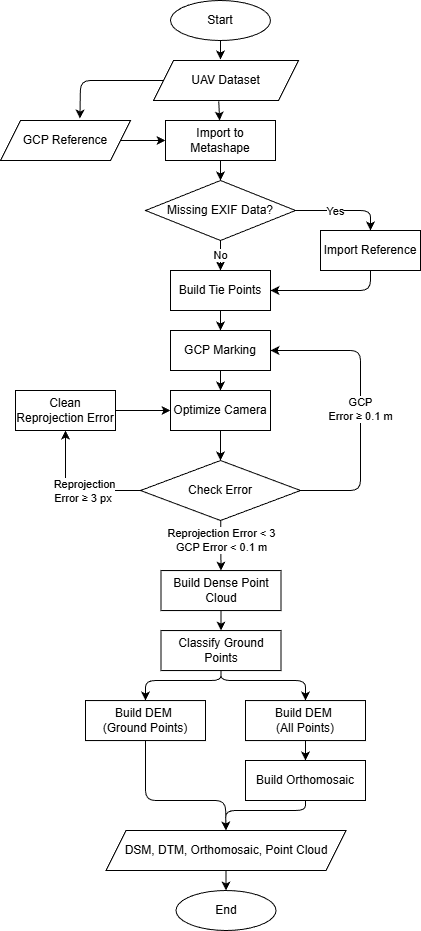
Earlier version of the draw.io export Projects/flowchart/photogrammetry.png (hicsuntdracone/Portfolio). Source tidied: cells renumbered, new cells last; positions are measured from the earlier drawing's top-left corner, leaving out a move shared by most shapes. Source of this version:
```xml
<mxGraphModel background="#ffffff">
  <root>
    <mxCell id="0" />
    <mxCell id="1" parent="0" />
    <mxCell id="2" style="edgeStyle=none;html=1;exitX=0.45;exitY=1.017;exitDx=0;exitDy=0;exitPerimeter=0;" parent="1" edge="1" source="25" target="5">
      <mxGeometry relative="1" as="geometry" />
    </mxCell>
    <mxCell id="3" style="edgeStyle=none;html=1;exitX=0;exitY=0.5;exitDx=0;exitDy=0;entryX=0.611;entryY=-0.05;entryDx=0;entryDy=0;entryPerimeter=0;" parent="1" edge="1" source="25" target="26">
      <mxGeometry relative="1" as="geometry">
        <Array as="points">
          <mxPoint x="80" y="80" />
        </Array>
      </mxGeometry>
    </mxCell>
    <mxCell id="4" style="edgeStyle=none;html=1;" parent="1" edge="1" source="5" target="10">
      <mxGeometry relative="1" as="geometry" />
    </mxCell>
    <mxCell id="5" value="Import to Metashape" style="whiteSpace=wrap;html=1;fillColor=none;" parent="1" vertex="1">
      <mxGeometry x="165" y="120" width="110" height="40" as="geometry" />
    </mxCell>
    <mxCell id="6" style="edgeStyle=none;html=1;entryX=0.5;entryY=0;entryDx=0;entryDy=0;" parent="1" edge="1" source="10" target="15">
      <mxGeometry relative="1" as="geometry" />
    </mxCell>
    <mxCell id="7" value="No" style="edgeLabel;html=1;align=center;verticalAlign=middle;" parent="6" vertex="1">
      <mxGeometry x="-0.1" y="-1" relative="1" as="geometry" />
    </mxCell>
    <mxCell id="8" style="edgeStyle=none;html=1;" parent="1" edge="1" source="10" target="13">
      <mxGeometry relative="1" as="geometry">
        <Array as="points">
          <mxPoint x="370" y="210" />
        </Array>
      </mxGeometry>
    </mxCell>
    <mxCell id="9" value="Yes" style="edgeLabel;html=1;align=center;verticalAlign=middle;" parent="8" vertex="1">
      <mxGeometry x="-0.19" relative="1" as="geometry" />
    </mxCell>
    <mxCell id="10" value="Missing EXIF Data?" style="rhombus;whiteSpace=wrap;html=1;fillColor=none;" parent="1" vertex="1">
      <mxGeometry x="145" y="180" width="150" height="60" as="geometry" />
    </mxCell>
    <mxCell id="11" style="edgeStyle=none;html=1;exitX=1;exitY=0.5;exitDx=0;exitDy=0;" parent="1" edge="1" source="26" target="5">
      <mxGeometry relative="1" as="geometry" />
    </mxCell>
    <mxCell id="12" style="edgeStyle=none;html=1;entryX=1;entryY=0.5;entryDx=0;entryDy=0;" parent="1" edge="1" source="13" target="15">
      <mxGeometry relative="1" as="geometry">
        <Array as="points">
          <mxPoint x="370" y="290" />
        </Array>
      </mxGeometry>
    </mxCell>
    <mxCell id="13" value="Import Reference" style="whiteSpace=wrap;html=1;fillColor=none;" parent="1" vertex="1">
      <mxGeometry x="320" y="230" width="100" height="40" as="geometry" />
    </mxCell>
    <mxCell id="14" style="edgeStyle=none;html=1;" parent="1" edge="1" source="15" target="42">
      <mxGeometry relative="1" as="geometry" />
    </mxCell>
    <mxCell id="15" value="Build Tie Points" style="whiteSpace=wrap;html=1;fillColor=none;" parent="1" vertex="1">
      <mxGeometry x="170" y="270" width="100" height="40" as="geometry" />
    </mxCell>
    <mxCell id="16" style="edgeStyle=none;html=1;" parent="1" edge="1" source="17" target="20">
      <mxGeometry relative="1" as="geometry" />
    </mxCell>
    <mxCell id="17" value="Build Dense Point Cloud" style="whiteSpace=wrap;html=1;fillColor=none;" parent="1" vertex="1">
      <mxGeometry x="160.5" y="570.1" width="120" height="40" as="geometry" />
    </mxCell>
    <mxCell id="18" style="edgeStyle=none;html=1;entryX=0.5;entryY=0;entryDx=0;entryDy=0;" parent="1" edge="1" source="20" target="22">
      <mxGeometry relative="1" as="geometry">
        <Array as="points">
          <mxPoint x="220.5" y="680.1" />
          <mxPoint x="305" y="680" />
        </Array>
      </mxGeometry>
    </mxCell>
    <mxCell id="19" style="edgeStyle=none;html=1;entryX=0.5;entryY=0;entryDx=0;entryDy=0;" parent="1" edge="1" source="20" target="24">
      <mxGeometry relative="1" as="geometry">
        <Array as="points">
          <mxPoint x="220.5" y="680.1" />
          <mxPoint x="145" y="680" />
        </Array>
      </mxGeometry>
    </mxCell>
    <mxCell id="20" value="Classify Ground Points" style="whiteSpace=wrap;html=1;fillColor=none;" parent="1" vertex="1">
      <mxGeometry x="160.5" y="630.1" width="120" height="40" as="geometry" />
    </mxCell>
    <mxCell id="21" style="edgeStyle=none;html=1;" parent="1" edge="1" source="22" target="46">
      <mxGeometry relative="1" as="geometry" />
    </mxCell>
    <mxCell id="22" value="Build DEM&amp;nbsp;&lt;div&gt;(All Points)&lt;/div&gt;" style="whiteSpace=wrap;html=1;fillColor=none;" parent="1" vertex="1">
      <mxGeometry x="245" y="700.1" width="120" height="40" as="geometry" />
    </mxCell>
    <mxCell id="23" style="edgeStyle=none;html=1;entryX=0.5;entryY=0;entryDx=0;entryDy=0;" parent="1" edge="1" source="24" target="39">
      <mxGeometry relative="1" as="geometry">
        <Array as="points">
          <mxPoint x="145" y="800" />
          <mxPoint x="225" y="800" />
        </Array>
      </mxGeometry>
    </mxCell>
    <mxCell id="24" value="Build DEM&amp;nbsp;&lt;div&gt;(Ground Points)&lt;/div&gt;" style="rounded=0;whiteSpace=wrap;html=1;fillColor=none;" parent="1" vertex="1">
      <mxGeometry x="85" y="700.1" width="120" height="40" as="geometry" />
    </mxCell>
    <mxCell id="25" value="UAV Dataset" style="shape=parallelogram;perimeter=parallelogramPerimeter;whiteSpace=wrap;html=1;fixedSize=1;fillColor=none;" parent="1" vertex="1">
      <mxGeometry x="153" y="60" width="145" height="40" as="geometry" />
    </mxCell>
    <mxCell id="26" value="GCP Reference" style="shape=parallelogram;perimeter=parallelogramPerimeter;whiteSpace=wrap;html=1;fixedSize=1;fillColor=none;" parent="1" vertex="1">
      <mxGeometry y="120" width="130" height="40" as="geometry" />
    </mxCell>
    <mxCell id="27" value="Start" style="ellipse;whiteSpace=wrap;html=1;fillColor=none;" parent="1" vertex="1">
      <mxGeometry x="170" width="100" height="40" as="geometry" />
    </mxCell>
    <mxCell id="28" style="edgeStyle=none;html=1;entryX=0.462;entryY=-0.025;entryDx=0;entryDy=0;entryPerimeter=0;" parent="1" edge="1" source="27" target="25">
      <mxGeometry relative="1" as="geometry" />
    </mxCell>
    <mxCell id="29" style="edgeStyle=none;html=1;entryX=0;entryY=0.5;entryDx=0;entryDy=0;" parent="1" edge="1" source="30" target="44">
      <mxGeometry relative="1" as="geometry" />
    </mxCell>
    <mxCell id="30" value="Clean Reprojection Error" style="rounded=0;whiteSpace=wrap;html=1;fillColor=none;" parent="1" vertex="1">
      <mxGeometry x="15" y="390" width="100" height="40" as="geometry" />
    </mxCell>
    <mxCell id="31" style="edgeStyle=none;html=1;entryX=1;entryY=0.5;entryDx=0;entryDy=0;" parent="1" edge="1" source="37" target="42">
      <mxGeometry relative="1" as="geometry">
        <Array as="points">
          <mxPoint x="360" y="490" />
          <mxPoint x="360" y="350" />
        </Array>
      </mxGeometry>
    </mxCell>
    <mxCell id="32" value="GCP&lt;div&gt;Error&amp;nbsp;≥ 0.1 m&lt;/div&gt;" style="edgeLabel;html=1;align=center;verticalAlign=middle;" parent="31" vertex="1">
      <mxGeometry x="-0.02" y="1" relative="1" as="geometry" />
    </mxCell>
    <mxCell id="33" style="edgeStyle=none;html=1;entryX=0.5;entryY=0;entryDx=0;entryDy=0;" parent="1" edge="1" source="37" target="17">
      <mxGeometry relative="1" as="geometry" />
    </mxCell>
    <mxCell id="34" value="Reprojection Error &amp;lt; 3&lt;div&gt;GCP Error &amp;lt; 0.1 m&lt;/div&gt;" style="edgeLabel;html=1;align=center;verticalAlign=middle;" parent="33" vertex="1">
      <mxGeometry x="-0.4" y="-1" relative="1" as="geometry">
        <mxPoint x="1" y="5" as="offset" />
      </mxGeometry>
    </mxCell>
    <mxCell id="35" style="edgeStyle=none;html=1;entryX=0.5;entryY=1;entryDx=0;entryDy=0;" parent="1" edge="1" source="37" target="30">
      <mxGeometry relative="1" as="geometry">
        <Array as="points">
          <mxPoint x="65" y="490" />
        </Array>
      </mxGeometry>
    </mxCell>
    <mxCell id="36" value="Reprojection&lt;div&gt;Error&amp;nbsp;≥ 3 px&amp;nbsp;&lt;/div&gt;" style="edgeLabel;html=1;align=center;verticalAlign=middle;" parent="35" vertex="1">
      <mxGeometry x="-0.16" relative="1" as="geometry" />
    </mxCell>
    <mxCell id="37" value="Check Error" style="rhombus;whiteSpace=wrap;html=1;fillColor=none;" parent="1" vertex="1">
      <mxGeometry x="140" y="460" width="160" height="60" as="geometry" />
    </mxCell>
    <mxCell id="38" style="edgeStyle=none;html=1;" parent="1" edge="1" source="39" target="40">
      <mxGeometry relative="1" as="geometry" />
    </mxCell>
    <mxCell id="39" value="DSM, DTM, Orthomosaic, Point Cloud" style="shape=parallelogram;perimeter=parallelogramPerimeter;whiteSpace=wrap;html=1;fixedSize=1;rounded=0;fillColor=none;" parent="1" vertex="1">
      <mxGeometry x="105.5" y="830" width="240" height="40" as="geometry" />
    </mxCell>
    <mxCell id="40" value="End" style="ellipse;whiteSpace=wrap;html=1;fillColor=none;" parent="1" vertex="1">
      <mxGeometry x="175.5" y="890" width="100" height="40" as="geometry" />
    </mxCell>
    <mxCell id="41" style="edgeStyle=none;html=1;" parent="1" edge="1" source="42" target="44">
      <mxGeometry relative="1" as="geometry" />
    </mxCell>
    <mxCell id="42" value="GCP Marking" style="whiteSpace=wrap;html=1;fillColor=none;" parent="1" vertex="1">
      <mxGeometry x="170" y="330" width="100" height="40" as="geometry" />
    </mxCell>
    <mxCell id="43" style="edgeStyle=none;html=1;" parent="1" edge="1" source="44" target="37">
      <mxGeometry relative="1" as="geometry" />
    </mxCell>
    <mxCell id="44" value="Optimize Camera" style="whiteSpace=wrap;html=1;fillColor=none;" parent="1" vertex="1">
      <mxGeometry x="170" y="390" width="100" height="40" as="geometry" />
    </mxCell>
    <mxCell id="45" style="edgeStyle=none;html=1;entryX=0.5;entryY=0;entryDx=0;entryDy=0;" parent="1" edge="1" source="46" target="39">
      <mxGeometry relative="1" as="geometry">
        <Array as="points">
          <mxPoint x="305" y="810" />
          <mxPoint x="225" y="810" />
        </Array>
      </mxGeometry>
    </mxCell>
    <mxCell id="46" value="Build Orthomosaic" style="whiteSpace=wrap;html=1;fillColor=none;" parent="1" vertex="1">
      <mxGeometry x="245" y="760" width="120" height="40" as="geometry" />
    </mxCell>
  </root>
</mxGraphModel>
```
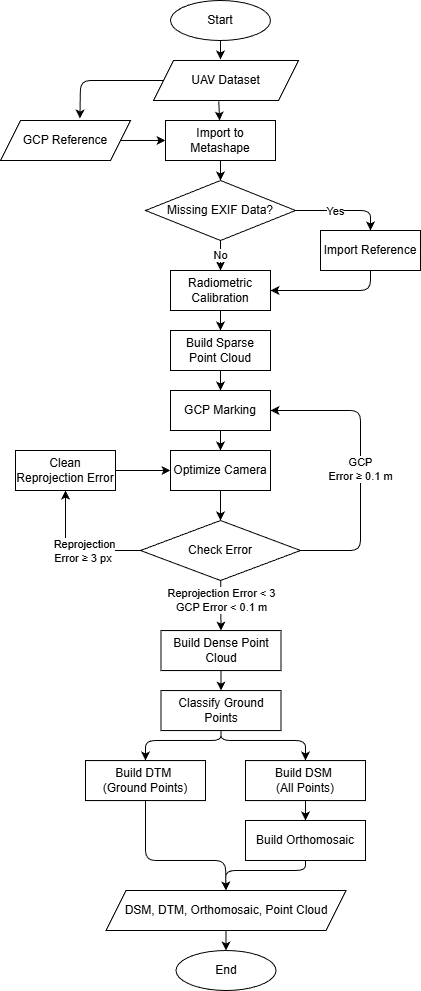
Later version of the same file.

The edit, as a diff of the source:
```diff
@@ -8,7 +8,7 @@
     <mxCell id="3" style="edgeStyle=none;html=1;exitX=0;exitY=0.5;exitDx=0;exitDy=0;entryX=0.611;entryY=-0.05;entryDx=0;entryDy=0;entryPerimeter=0;" parent="1" edge="1" source="25" target="26">
       <mxGeometry relative="1" as="geometry">
         <Array as="points">
-          <mxPoint x="80" y="80" />
+          <mxPoint x="80" y="20" />
         </Array>
       </mxGeometry>
     </mxCell>
@@ -16,7 +16,7 @@
       <mxGeometry relative="1" as="geometry" />
     </mxCell>
     <mxCell id="5" value="Import to Metashape" style="whiteSpace=wrap;html=1;fillColor=none;" parent="1" vertex="1">
-      <mxGeometry x="165" y="120" width="110" height="40" as="geometry" />
+      <mxGeometry x="165" y="60" width="110" height="40" as="geometry" />
     </mxCell>
     <mxCell id="6" style="edgeStyle=none;html=1;entryX=0.5;entryY=0;entryDx=0;entryDy=0;" parent="1" edge="1" source="10" target="15">
       <mxGeometry relative="1" as="geometry" />
@@ -27,7 +27,7 @@
     <mxCell id="8" style="edgeStyle=none;html=1;" parent="1" edge="1" source="10" target="13">
       <mxGeometry relative="1" as="geometry">
         <Array as="points">
-          <mxPoint x="370" y="210" />
+          <mxPoint x="370" y="150" />
         </Array>
       </mxGeometry>
     </mxCell>
@@ -35,7 +35,7 @@
       <mxGeometry x="-0.19" relative="1" as="geometry" />
     </mxCell>
     <mxCell id="10" value="Missing EXIF Data?" style="rhombus;whiteSpace=wrap;html=1;fillColor=none;" parent="1" vertex="1">
-      <mxGeometry x="145" y="180" width="150" height="60" as="geometry" />
+      <mxGeometry x="145" y="120" width="150" height="60" as="geometry" />
     </mxCell>
     <mxCell id="11" style="edgeStyle=none;html=1;exitX=1;exitY=0.5;exitDx=0;exitDy=0;" parent="1" edge="1" source="26" target="5">
       <mxGeometry relative="1" as="geometry" />
@@ -43,18 +43,18 @@
     <mxCell id="12" style="edgeStyle=none;html=1;entryX=1;entryY=0.5;entryDx=0;entryDy=0;" parent="1" edge="1" source="13" target="15">
       <mxGeometry relative="1" as="geometry">
         <Array as="points">
-          <mxPoint x="370" y="290" />
+          <mxPoint x="370" y="230" />
         </Array>
       </mxGeometry>
     </mxCell>
     <mxCell id="13" value="Import Reference" style="whiteSpace=wrap;html=1;fillColor=none;" parent="1" vertex="1">
-      <mxGeometry x="320" y="230" width="100" height="40" as="geometry" />
+      <mxGeometry x="320" y="170" width="100" height="40" as="geometry" />
     </mxCell>
-    <mxCell id="14" style="edgeStyle=none;html=1;" parent="1" edge="1" source="15" target="42">
-      <mxGeometry relative="1" as="geometry" />
-    </mxCell>
+    <mxCell id="47" style="edgeStyle=none;html=1;" parent="1" edge="1" source="15" target="49">
+      <mxGeometry relative="1" as="geometry" />
+    </mxCell>
-    <mxCell id="15" value="Build Tie Points" style="whiteSpace=wrap;html=1;fillColor=none;" parent="1" vertex="1">
-      <mxGeometry x="170" y="270" width="100" height="40" as="geometry" />
+    <mxCell id="15" value="Radiometric Calibration" style="whiteSpace=wrap;html=1;fillColor=none;" parent="1" vertex="1">
+      <mxGeometry x="170" y="210" width="100" height="40" as="geometry" />
     </mxCell>
     <mxCell id="16" style="edgeStyle=none;html=1;" parent="1" edge="1" source="17" target="20">
       <mxGeometry relative="1" as="geometry" />
@@ -84,7 +84,7 @@
     <mxCell id="21" style="edgeStyle=none;html=1;" parent="1" edge="1" source="22" target="46">
       <mxGeometry relative="1" as="geometry" />
     </mxCell>
-    <mxCell id="22" value="Build DEM&amp;nbsp;&lt;div&gt;(All Points)&lt;/div&gt;" style="whiteSpace=wrap;html=1;fillColor=none;" parent="1" vertex="1">
+    <mxCell id="22" value="Build DSM&amp;nbsp;&lt;div&gt;(All Points)&lt;/div&gt;" style="whiteSpace=wrap;html=1;fillColor=none;" parent="1" vertex="1">
       <mxGeometry x="245" y="700.1" width="120" height="40" as="geometry" />
     </mxCell>
     <mxCell id="23" style="edgeStyle=none;html=1;entryX=0.5;entryY=0;entryDx=0;entryDy=0;" parent="1" edge="1" source="24" target="39">
@@ -95,17 +95,17 @@
         </Array>
       </mxGeometry>
     </mxCell>
-    <mxCell id="24" value="Build DEM&amp;nbsp;&lt;div&gt;(Ground Points)&lt;/div&gt;" style="rounded=0;whiteSpace=wrap;html=1;fillColor=none;" parent="1" vertex="1">
+    <mxCell id="24" value="Build DTM&amp;nbsp;&lt;div&gt;(Ground Points)&lt;/div&gt;" style="rounded=0;whiteSpace=wrap;html=1;fillColor=none;" parent="1" vertex="1">
       <mxGeometry x="85" y="700.1" width="120" height="40" as="geometry" />
     </mxCell>
     <mxCell id="25" value="UAV Dataset" style="shape=parallelogram;perimeter=parallelogramPerimeter;whiteSpace=wrap;html=1;fixedSize=1;fillColor=none;" parent="1" vertex="1">
-      <mxGeometry x="153" y="60" width="145" height="40" as="geometry" />
+      <mxGeometry x="153" width="145" height="40" as="geometry" />
     </mxCell>
     <mxCell id="26" value="GCP Reference" style="shape=parallelogram;perimeter=parallelogramPerimeter;whiteSpace=wrap;html=1;fixedSize=1;fillColor=none;" parent="1" vertex="1">
-      <mxGeometry y="120" width="130" height="40" as="geometry" />
+      <mxGeometry y="60" width="130" height="40" as="geometry" />
     </mxCell>
     <mxCell id="27" value="Start" style="ellipse;whiteSpace=wrap;html=1;fillColor=none;" parent="1" vertex="1">
-      <mxGeometry x="170" width="100" height="40" as="geometry" />
+      <mxGeometry x="170" y="-60" width="100" height="40" as="geometry" />
     </mxCell>
     <mxCell id="28" style="edgeStyle=none;html=1;entryX=0.462;entryY=-0.025;entryDx=0;entryDy=0;entryPerimeter=0;" parent="1" edge="1" source="27" target="25">
       <mxGeometry relative="1" as="geometry" />
@@ -180,5 +180,11 @@
     <mxCell id="46" value="Build Orthomosaic" style="whiteSpace=wrap;html=1;fillColor=none;" parent="1" vertex="1">
       <mxGeometry x="245" y="760" width="120" height="40" as="geometry" />
     </mxCell>
+    <mxCell id="48" style="edgeStyle=none;html=1;" parent="1" edge="1" source="49" target="42">
+      <mxGeometry relative="1" as="geometry" />
+    </mxCell>
+    <mxCell id="49" value="Build Sparse Point Cloud" style="whiteSpace=wrap;html=1;fillColor=none;" parent="1" vertex="1">
+      <mxGeometry x="170" y="270" width="100" height="40" as="geometry" />
+    </mxCell>
   </root>
 </mxGraphModel>
```
